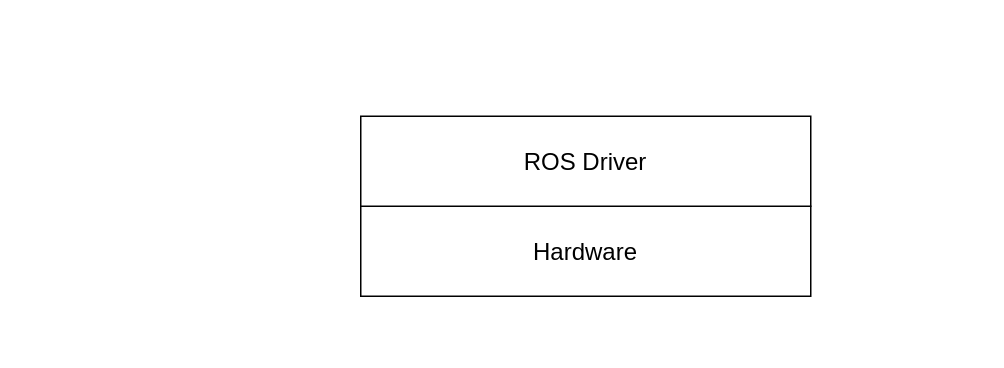
Before: diagrams/deployment/Untitled Diagram.drawio in fgonzalezr1998/tfg_src, a draw.io diagram. Source tidied: cells renumbered, new cells numbered last; positions are measured from the earlier drawing's top-left corner, leaving out a move shared by most shapes. Both pictures are drawn from the tidied source at 150%, with x=0, y=0 at pixel (360, 116).
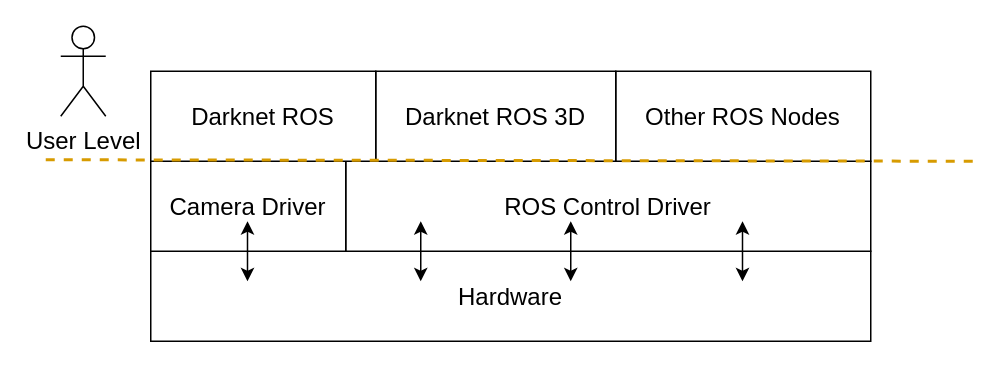
After the change.

What changed in the source:
```diff
@@
 <mxGraphModel>
   <root>
     <mxCell id="0" />
     <mxCell id="1" parent="0" />
     <mxCell id="2" value="&lt;font style=&quot;font-size: 13px;&quot;&gt;&lt;font style=&quot;font-size: 14px;&quot;&gt;&lt;font style=&quot;font-size: 15px;&quot;&gt;&lt;font style=&quot;font-size: 16px;&quot;&gt;Hardware&lt;/font&gt;&lt;/font&gt;&lt;/font&gt;&lt;/font&gt;" style="rounded=0;whiteSpace=wrap;html=1;" parent="1" vertex="1">
-      <mxGeometry y="60" width="300" height="60" as="geometry" />
+      <mxGeometry x="-140" y="90" width="480" height="60" as="geometry" />
     </mxCell>
-    <mxCell id="3" value="&lt;font style=&quot;font-size: 15px;&quot;&gt;&lt;font style=&quot;font-size: 15px;&quot;&gt;&lt;font style=&quot;font-size: 15px;&quot;&gt;&lt;font style=&quot;font-size: 15px;&quot;&gt;&lt;font style=&quot;font-size: 15px;&quot;&gt;&lt;font style=&quot;font-size: 15px;&quot;&gt;&lt;font style=&quot;font-size: 15px;&quot;&gt;&lt;font style=&quot;font-size: 15px;&quot;&gt;&lt;font style=&quot;font-size: 16px;&quot;&gt;ROS Driver&lt;/font&gt;&lt;/font&gt;&lt;/font&gt;&lt;/font&gt;&lt;/font&gt;&lt;/font&gt;&lt;/font&gt;&lt;/font&gt;&lt;/font&gt;" style="rounded=0;whiteSpace=wrap;html=1;" parent="1" vertex="1">
-      <mxGeometry width="300" height="60" as="geometry" />
+    <mxCell id="3" value="&lt;font style=&quot;font-size: 15px;&quot;&gt;&lt;font style=&quot;font-size: 15px;&quot;&gt;&lt;font style=&quot;font-size: 15px;&quot;&gt;&lt;font style=&quot;font-size: 15px;&quot;&gt;&lt;font style=&quot;font-size: 15px;&quot;&gt;&lt;font style=&quot;font-size: 15px;&quot;&gt;&lt;font style=&quot;font-size: 15px;&quot;&gt;&lt;font style=&quot;font-size: 15px;&quot;&gt;&lt;font style=&quot;font-size: 16px;&quot;&gt;ROS Control Driver&lt;/font&gt;&lt;/font&gt;&lt;/font&gt;&lt;/font&gt;&lt;/font&gt;&lt;/font&gt;&lt;/font&gt;&lt;/font&gt;&lt;/font&gt;" style="rounded=0;whiteSpace=wrap;html=1;" parent="1" vertex="1">
+      <mxGeometry x="-10" y="30" width="350" height="60" as="geometry" />
     </mxCell>
+    <mxCell id="4" value="&lt;font style=&quot;font-size: 15px;&quot;&gt;&lt;font style=&quot;font-size: 15px;&quot;&gt;&lt;font style=&quot;font-size: 15px;&quot;&gt;&lt;font style=&quot;font-size: 15px;&quot;&gt;&lt;font style=&quot;font-size: 15px;&quot;&gt;&lt;font style=&quot;font-size: 15px;&quot;&gt;&lt;font style=&quot;font-size: 15px;&quot;&gt;&lt;font style=&quot;font-size: 15px;&quot;&gt;&lt;font style=&quot;font-size: 16px;&quot;&gt;Camera Driver&lt;/font&gt;&lt;/font&gt;&lt;/font&gt;&lt;/font&gt;&lt;/font&gt;&lt;/font&gt;&lt;/font&gt;&lt;/font&gt;&lt;/font&gt;" style="rounded=0;whiteSpace=wrap;html=1;" parent="1" vertex="1">
+      <mxGeometry x="-140" y="30" width="130" height="60" as="geometry" />
+    </mxCell>
+    <mxCell id="5" style="endArrow=classic;startArrow=classic;html=1;rounded=0;fontSize=16;" parent="1" edge="1">
+      <mxGeometry relative="1" as="geometry">
+        <mxPoint x="254.5" y="110" as="sourcePoint" />
+        <mxPoint x="254.5" y="70" as="targetPoint" />
+      </mxGeometry>
+    </mxCell>
+    <mxCell id="6" style="endArrow=classic;startArrow=classic;html=1;rounded=0;fontSize=16;" parent="1" edge="1">
+      <mxGeometry relative="1" as="geometry">
+        <mxPoint x="40" y="110" as="sourcePoint" />
+        <mxPoint x="40" y="70" as="targetPoint" />
+      </mxGeometry>
+    </mxCell>
+    <mxCell id="7" style="endArrow=classic;startArrow=classic;html=1;rounded=0;fontSize=16;" parent="1" edge="1">
+      <mxGeometry relative="1" as="geometry">
+        <mxPoint x="-75.5" y="110" as="sourcePoint" />
+        <mxPoint x="-75.5" y="70" as="targetPoint" />
+      </mxGeometry>
+    </mxCell>
+    <mxCell id="8" value="&lt;font style=&quot;font-size: 13px;&quot;&gt;&lt;font style=&quot;font-size: 14px;&quot;&gt;&lt;font style=&quot;font-size: 15px;&quot;&gt;&lt;font style=&quot;font-size: 16px;&quot;&gt;Other ROS Nodes&lt;/font&gt;&lt;/font&gt;&lt;/font&gt;&lt;/font&gt;" style="rounded=0;whiteSpace=wrap;html=1;" parent="1" vertex="1">
+      <mxGeometry x="170" y="-30" width="170" height="60" as="geometry" />
+    </mxCell>
+    <mxCell id="9" value="&lt;font style=&quot;font-size: 16px;&quot;&gt;Darknet ROS 3D&lt;br&gt;&lt;/font&gt;" style="rounded=0;whiteSpace=wrap;html=1;" parent="1" vertex="1">
+      <mxGeometry x="10" y="-30" width="160" height="60" as="geometry" />
+    </mxCell>
+    <mxCell id="10" style="endArrow=classic;startArrow=classic;html=1;rounded=0;fontSize=16;" parent="1" edge="1">
+      <mxGeometry relative="1" as="geometry">
+        <mxPoint x="140" y="110" as="sourcePoint" />
+        <mxPoint x="140" y="70" as="targetPoint" />
+      </mxGeometry>
+    </mxCell>
+    <mxCell id="11" value="&lt;font style=&quot;font-size: 13px;&quot;&gt;&lt;font style=&quot;font-size: 14px;&quot;&gt;&lt;font style=&quot;font-size: 15px;&quot;&gt;&lt;font style=&quot;font-size: 16px;&quot;&gt;Darknet ROS&lt;/font&gt;&lt;/font&gt;&lt;/font&gt;&lt;/font&gt;" style="rounded=0;whiteSpace=wrap;html=1;" parent="1" vertex="1">
+      <mxGeometry x="-140" y="-30" width="150" height="60" as="geometry" />
+    </mxCell>
+    <mxCell id="12" value="User Level" style="shape=umlActor;verticalLabelPosition=bottom;verticalAlign=top;html=1;fontSize=16;" parent="1" vertex="1">
+      <mxGeometry x="-200" y="-60" width="30" height="60" as="geometry" />
+    </mxCell>
+    <mxCell id="13" style="endArrow=none;dashed=1;html=1;rounded=0;fontSize=16;strokeWidth=2;fillColor=#ffe6cc;strokeColor=#d79b00;" parent="1" edge="1">
+      <mxGeometry relative="1" as="geometry">
+        <mxPoint x="-210" y="29" as="sourcePoint" />
+        <mxPoint x="410" y="30" as="targetPoint" />
+      </mxGeometry>
+    </mxCell>
   </root>
 </mxGraphModel>
```
